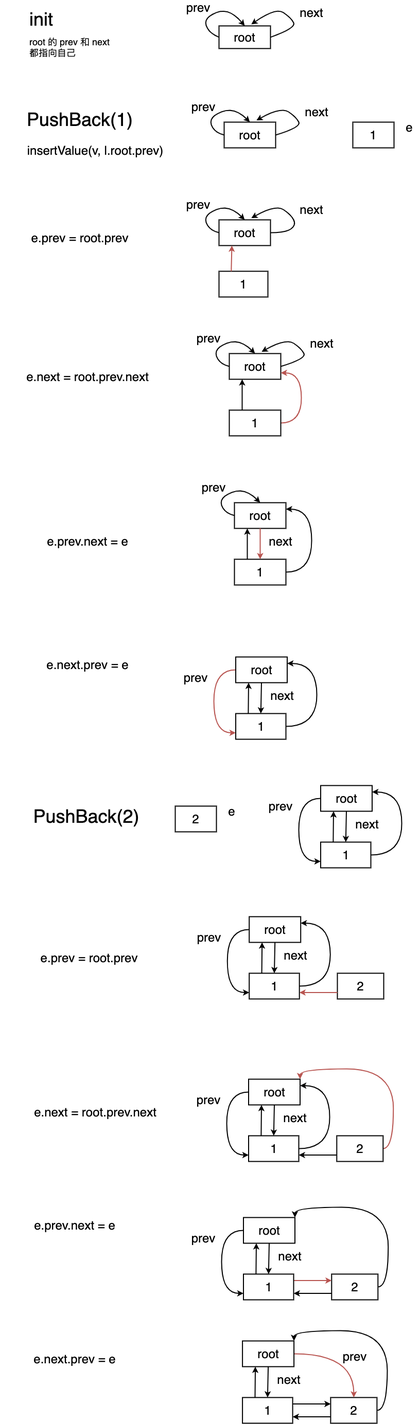
Above: go-container/list-source-code.png in autsu/diagrams (draw.io), before the change. Source tidied: cells renumbered, new cells last; positions are measured from the earlier drawing's top-left corner, leaving out a move shared by most shapes.
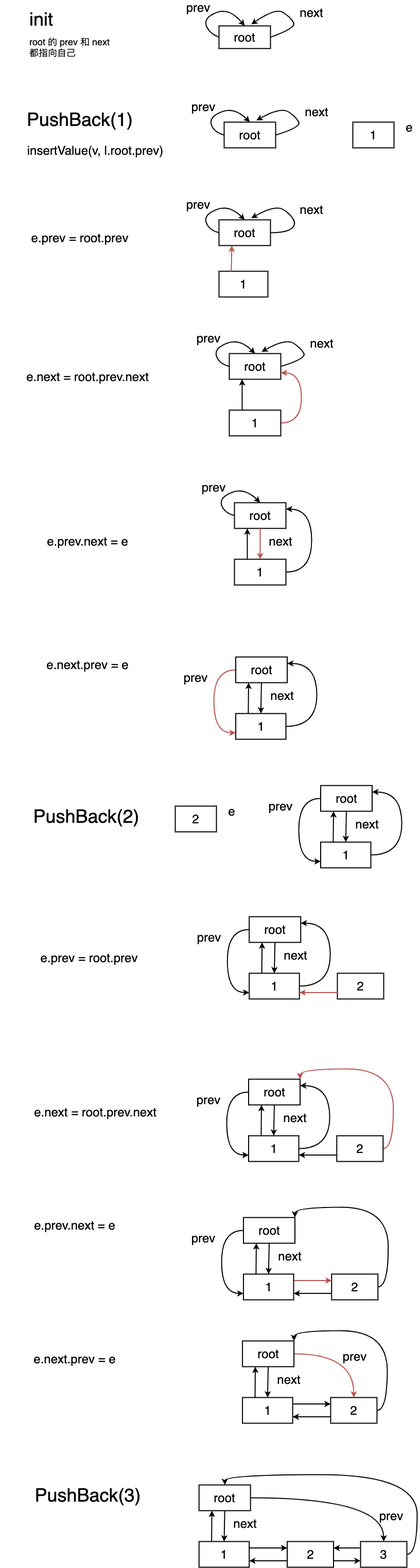
Later version of the same file.

What changed in the source:
```diff
@@ -445,5 +445,50 @@
     <mxCell id="111" style="endArrow=classic;html=1;strokeWidth=2;exitX=0.5;exitY=1;exitDx=0;exitDy=0;entryX=0.5;entryY=0;entryDx=0;entryDy=0;" parent="1" edge="1" source="105" target="109">
       <mxGeometry relative="1" as="geometry" />
     </mxCell>
+    <mxCell id="112" style="edgeStyle=orthogonalEdgeStyle;curved=1;rounded=0;jettySize=auto;html=1;exitX=1;exitY=0.75;exitDx=0;exitDy=0;entryX=0;entryY=0.75;entryDx=0;entryDy=0;strokeWidth=2;" parent="1" edge="1" source="113" target="126">
+      <mxGeometry relative="1" as="geometry" />
+    </mxCell>
+    <mxCell id="113" value="&lt;font style=&quot;font-size: 24px&quot;&gt;2&lt;/font&gt;" style="rounded=0;whiteSpace=wrap;html=1;strokeWidth=2;" parent="1" vertex="1">
+      <mxGeometry x="557.5" y="2993" width="90" height="50" as="geometry" />
+    </mxCell>
+    <mxCell id="114" style="endArrow=classic;html=1;strokeWidth=2;entryX=1;entryY=0.75;entryDx=0;entryDy=0;exitX=0;exitY=0.75;exitDx=0;exitDy=0;" parent="1" edge="1" source="113" target="120">
+      <mxGeometry relative="1" as="geometry" />
+    </mxCell>
+    <mxCell id="115" style="edgeStyle=orthogonalEdgeStyle;curved=1;rounded=0;jettySize=auto;html=1;exitX=1;exitY=0.5;exitDx=0;exitDy=0;entryX=0.5;entryY=0;entryDx=0;entryDy=0;strokeWidth=2;" parent="1" edge="1" source="116" target="126">
+      <mxGeometry relative="1" as="geometry" />
+    </mxCell>
+    <mxCell id="116" value="&lt;font style=&quot;font-size: 24px&quot;&gt;root&lt;/font&gt;" style="rounded=0;whiteSpace=wrap;html=1;strokeWidth=2;" parent="1" vertex="1">
+      <mxGeometry x="386.2" y="2883" width="100" height="50" as="geometry" />
+    </mxCell>
+    <mxCell id="117" value="&lt;font style=&quot;font-size: 24px&quot;&gt;prev&lt;/font&gt;" style="text;html=1;strokeColor=none;fillColor=none;align=center;verticalAlign=middle;whiteSpace=wrap;rounded=0;" parent="1" vertex="1">
+      <mxGeometry x="740" y="2933" width="40" height="20" as="geometry" />
+    </mxCell>
+    <mxCell id="118" value="&lt;font style=&quot;font-size: 24px&quot;&gt;next&lt;/font&gt;" style="text;html=1;strokeColor=none;fillColor=none;align=center;verticalAlign=middle;whiteSpace=wrap;rounded=0;" parent="1" vertex="1">
+      <mxGeometry x="456.2" y="2948" width="40" height="20" as="geometry" />
+    </mxCell>
+    <mxCell id="119" style="edgeStyle=orthogonalEdgeStyle;curved=1;rounded=0;jettySize=auto;html=1;exitX=1;exitY=0.25;exitDx=0;exitDy=0;entryX=0;entryY=0.25;entryDx=0;entryDy=0;strokeWidth=2;" parent="1" edge="1" source="120" target="113">
+      <mxGeometry relative="1" as="geometry" />
+    </mxCell>
+    <mxCell id="120" value="&lt;font style=&quot;font-size: 24px&quot;&gt;1&lt;/font&gt;" style="rounded=0;whiteSpace=wrap;html=1;strokeWidth=2;" parent="1" vertex="1">
+      <mxGeometry x="386.2" y="2993" width="97.5" height="50" as="geometry" />
+    </mxCell>
+    <mxCell id="121" style="endArrow=classic;html=1;strokeWidth=2;entryX=0.25;entryY=1;entryDx=0;entryDy=0;exitX=0.25;exitY=0;exitDx=0;exitDy=0;" parent="1" edge="1" source="120" target="116">
+      <mxGeometry relative="1" as="geometry" />
+    </mxCell>
+    <mxCell id="122" style="endArrow=classic;html=1;strokeWidth=2;exitX=0.5;exitY=1;exitDx=0;exitDy=0;entryX=0.5;entryY=0;entryDx=0;entryDy=0;" parent="1" edge="1" source="116" target="120">
+      <mxGeometry relative="1" as="geometry" />
+    </mxCell>
+    <mxCell id="123" value="&lt;span style=&quot;font-size: 36px&quot;&gt;PushBack(3)&lt;/span&gt;" style="text;html=1;strokeColor=none;fillColor=none;align=center;verticalAlign=middle;whiteSpace=wrap;rounded=0;" parent="1" vertex="1">
+      <mxGeometry x="57.5" y="2883" width="225" height="40" as="geometry" />
+    </mxCell>
+    <mxCell id="124" style="edgeStyle=orthogonalEdgeStyle;curved=1;rounded=0;jettySize=auto;html=1;exitX=1;exitY=0.5;exitDx=0;exitDy=0;entryX=0.5;entryY=0;entryDx=0;entryDy=0;strokeWidth=2;" parent="1" edge="1" source="126" target="116">
+      <mxGeometry relative="1" as="geometry" />
+    </mxCell>
+    <mxCell id="125" style="edgeStyle=orthogonalEdgeStyle;curved=1;rounded=0;jettySize=auto;html=1;exitX=0;exitY=0.25;exitDx=0;exitDy=0;entryX=1;entryY=0.25;entryDx=0;entryDy=0;strokeWidth=2;" parent="1" edge="1" source="126" target="113">
+      <mxGeometry relative="1" as="geometry" />
+    </mxCell>
+    <mxCell id="126" value="&lt;font style=&quot;font-size: 24px&quot;&gt;3&lt;/font&gt;" style="rounded=0;whiteSpace=wrap;html=1;strokeWidth=2;" parent="1" vertex="1">
+      <mxGeometry x="700" y="2993" width="90" height="50" as="geometry" />
+    </mxCell>
   </root>
 </mxGraphModel>
```
